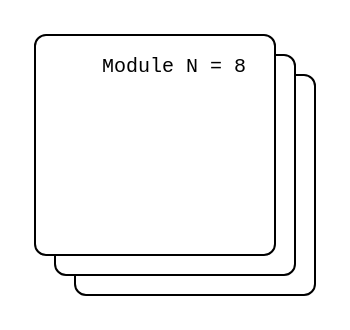
Above: primitives/modules/module_deck.drawio in tms4517/drawio_ai_schematic (draw.io), before the change. Source tidied: cells renumbered, new cells numbered last; positions are measured from the earlier drawing's top-left corner, leaving out a move shared by most shapes. Both pictures are drawn from the tidied source at 200%, with x=0, y=0 at pixel (34, 34).
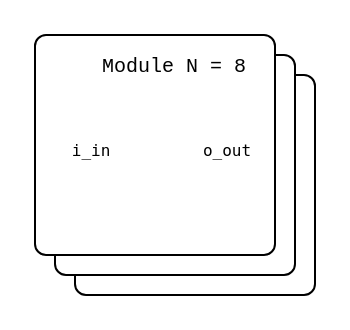
Above is the later version.

Commit message (it also covers changes not shown here):
Add support for port labeling in deck-of-cards and enhance port detection in diagram verification

Change to the diagram source:
```diff
@@
 <mxGraphModel>
   <root>
     <mxCell id="0" />
     <mxCell id="1" parent="0" />
     <mxCell id="2" style="rounded=1;whiteSpace=wrap;html=1;roundedPerimeter=1;arcSize=5;" parent="1" vertex="1">
       <mxGeometry x="20" y="20" width="120" height="110" as="geometry" />
     </mxCell>
     <mxCell id="3" style="rounded=1;whiteSpace=wrap;html=1;roundedPerimeter=1;arcSize=5;" parent="1" vertex="1">
       <mxGeometry x="10" y="10" width="120" height="110" as="geometry" />
     </mxCell>
     <mxCell id="4" style="rounded=1;whiteSpace=wrap;html=1;roundedPerimeter=1;arcSize=5;" parent="1" vertex="1">
       <mxGeometry width="120" height="110" as="geometry" />
     </mxCell>
     <mxCell id="5" value="&lt;font style=&quot;font-size: 10px;&quot; face=&quot;Monospace&quot;&gt;Module N = 8&lt;/font&gt;" style="text;html=1;whiteSpace=wrap;strokeColor=none;fillColor=none;align=center;verticalAlign=middle;rounded=0;" parent="1" vertex="1">
       <mxGeometry x="30" width="80" height="30" as="geometry" />
     </mxCell>
+    <mxCell id="6" value="i_in" style="text;html=1;fontFamily=monospace;fontSize=8;align=center;verticalAlign=middle;labelBackgroundColor=none;" parent="1" vertex="1">
+      <mxGeometry x="4" y="52" width="48" height="12" as="geometry" />
+    </mxCell>
+    <mxCell id="7" value="o_out" style="text;html=1;fontFamily=monospace;fontSize=8;align=center;verticalAlign=middle;labelBackgroundColor=none;" parent="1" vertex="1">
+      <mxGeometry x="72" y="52" width="48" height="12" as="geometry" />
+    </mxCell>
   </root>
 </mxGraphModel>
```
